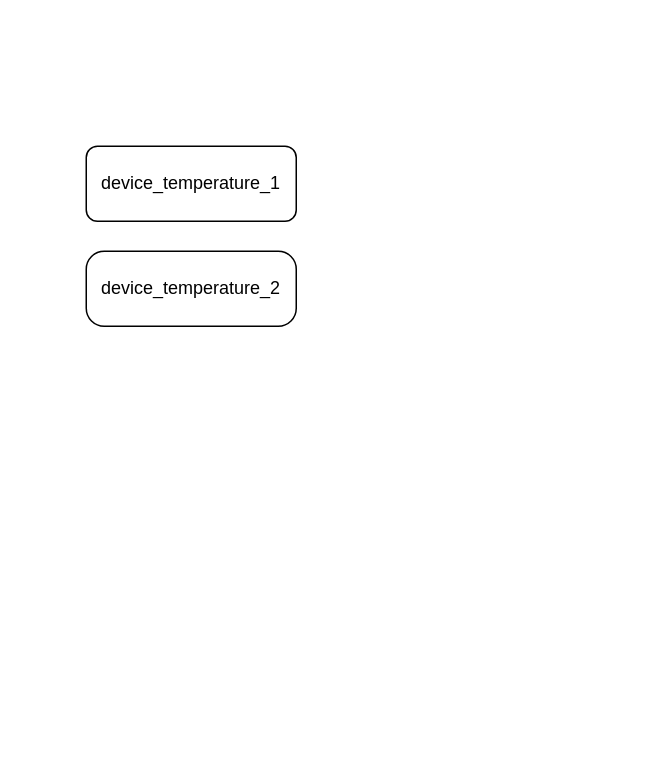
This is Untitled Diagram.drawio from GolCon/home_ai, a draw.io file, before an edit. Source tidied: cells renumbered, new cells numbered last; positions are measured from the earlier drawing's top-left corner, leaving out a move shared by most shapes. Both pictures are drawn from the tidied source at 150%, with x=0, y=0 at pixel (86, 146).
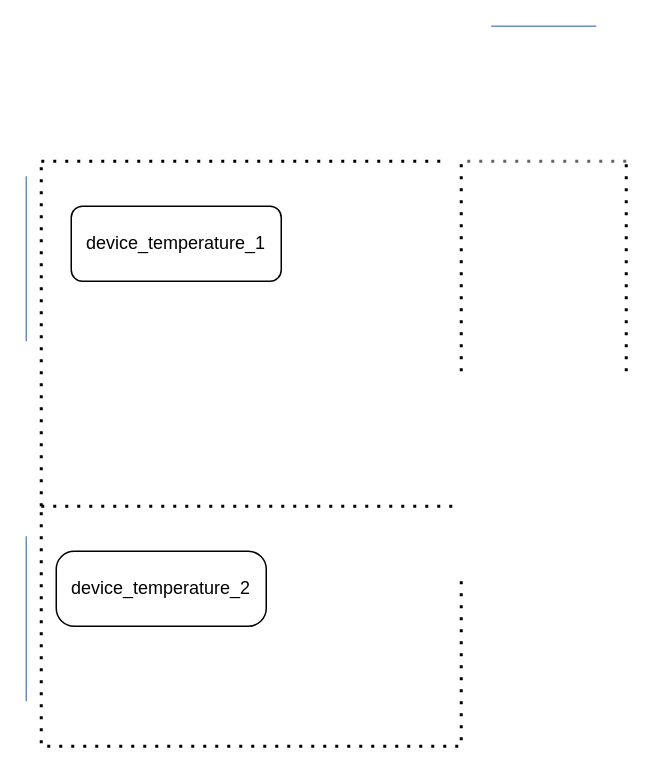
The same page after the edit.

The edit, as a diff of the source:
```diff
@@
     <mxCell id="2" value="device_temperature_1" style="rounded=1;whiteSpace=wrap;html=1;" parent="1" vertex="1">
-      <mxGeometry width="140" height="50" as="geometry" />
+      <mxGeometry x="-10" y="40" width="140" height="50" as="geometry" />
     </mxCell>
     <mxCell id="3" value="device_temperature_2" style="rounded=1;whiteSpace=wrap;html=1;arcSize=24;" parent="1" vertex="1">
-      <mxGeometry y="70" width="140" height="50" as="geometry" />
+      <mxGeometry x="-20" y="270" width="140" height="50" as="geometry" />
     </mxCell>
+    <mxCell id="4" style="endArrow=none;dashed=1;html=1;dashPattern=1 3;strokeWidth=2;rounded=0;" parent="1" edge="1">
+      <mxGeometry relative="1" as="geometry">
+        <mxPoint x="-30" y="10" as="sourcePoint" />
+        <mxPoint x="240" y="10" as="targetPoint" />
+      </mxGeometry>
+    </mxCell>
+    <mxCell id="5" style="endArrow=none;dashed=1;html=1;dashPattern=1 3;strokeWidth=2;rounded=0;" parent="1" edge="1">
+      <mxGeometry relative="1" as="geometry">
+        <mxPoint x="250" y="290" as="sourcePoint" />
+        <mxPoint x="-30" y="240" as="targetPoint" />
+        <Array as="points">
+          <mxPoint x="250" y="400" />
+          <mxPoint x="120" y="400" />
+          <mxPoint x="-30" y="400" />
+        </Array>
+      </mxGeometry>
+    </mxCell>
+    <mxCell id="6" style="endArrow=none;dashed=1;html=1;dashPattern=1 3;strokeWidth=2;rounded=0;" parent="1" edge="1">
+      <mxGeometry relative="1" as="geometry">
+        <mxPoint x="-30" y="240" as="sourcePoint" />
+        <mxPoint x="-30" y="10" as="targetPoint" />
+      </mxGeometry>
+    </mxCell>
+    <mxCell id="7" style="endArrow=none;dashed=1;html=1;dashPattern=1 3;strokeWidth=2;rounded=0;" parent="1" edge="1">
+      <mxGeometry relative="1" as="geometry">
+        <mxPoint x="-30" y="240" as="sourcePoint" />
+        <mxPoint x="250" y="240" as="targetPoint" />
+      </mxGeometry>
+    </mxCell>
+    <mxCell id="8" style="endArrow=none;dashed=1;html=1;dashPattern=1 3;strokeWidth=2;rounded=0;" parent="1" edge="1">
+      <mxGeometry relative="1" as="geometry">
+        <mxPoint x="250" y="150" as="sourcePoint" />
+        <mxPoint x="250" y="10" as="targetPoint" />
+      </mxGeometry>
+    </mxCell>
+    <mxCell id="9" style="endArrow=none;dashed=1;html=1;dashPattern=1 3;strokeWidth=2;rounded=0;fillColor=#f5f5f5;strokeColor=#666666;" parent="1" edge="1">
+      <mxGeometry relative="1" as="geometry">
+        <mxPoint x="360" y="10" as="sourcePoint" />
+        <mxPoint x="250" y="10" as="targetPoint" />
+      </mxGeometry>
+    </mxCell>
+    <mxCell id="10" style="endArrow=none;html=1;rounded=0;fillColor=#dae8fc;strokeColor=#6c8ebf;" parent="1" edge="1">
+      <mxGeometry relative="1" as="geometry">
+        <mxPoint x="-40" y="130" as="sourcePoint" />
+        <mxPoint x="-40" y="20" as="targetPoint" />
+      </mxGeometry>
+    </mxCell>
+    <mxCell id="11" style="endArrow=none;html=1;rounded=0;fillColor=#dae8fc;strokeColor=#6c8ebf;" parent="1" edge="1">
+      <mxGeometry relative="1" as="geometry">
+        <mxPoint x="270" y="-80" as="sourcePoint" />
+        <mxPoint x="340" y="-80" as="targetPoint" />
+      </mxGeometry>
+    </mxCell>
+    <mxCell id="12" style="endArrow=none;dashed=1;html=1;dashPattern=1 3;strokeWidth=2;rounded=0;" parent="1" edge="1">
+      <mxGeometry relative="1" as="geometry">
+        <mxPoint x="360" y="150" as="sourcePoint" />
+        <mxPoint x="360" y="10" as="targetPoint" />
+      </mxGeometry>
+    </mxCell>
+    <mxCell id="13" style="endArrow=none;html=1;rounded=0;fillColor=#dae8fc;strokeColor=#6c8ebf;" parent="1" edge="1">
+      <mxGeometry relative="1" as="geometry">
+        <mxPoint x="-40" y="370" as="sourcePoint" />
+        <mxPoint x="-40" y="260" as="targetPoint" />
+      </mxGeometry>
+    </mxCell>
```
